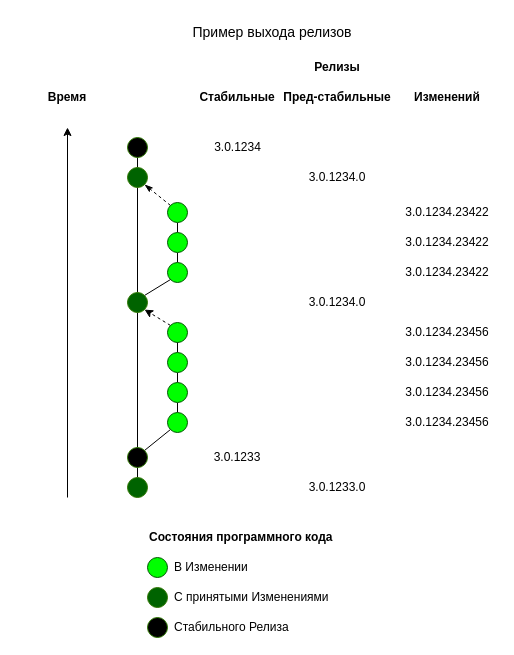
Before: srcx/doc/project/_res/dev-ru.drawio in Pingvin235/bgerp, a draw.io diagram. Source tidied: cells renumbered, new cells numbered last; positions are measured from the earlier drawing's top-left corner, leaving out a move shared by most shapes. Both pictures are drawn from the tidied source at 100%, with x=0, y=0 at pixel (17, 17).
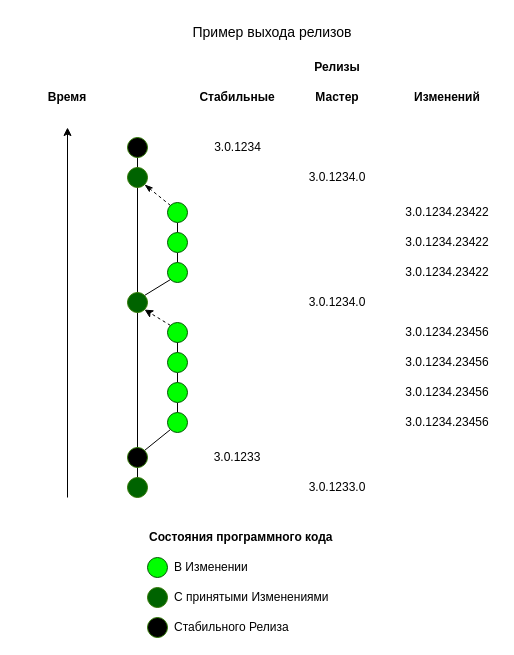
The same page after the edit.

What changed in the source:
```diff
@@
-    <mxCell id="52" value="Пред-стабильные" style="text;html=1;strokeColor=none;fillColor=none;align=center;verticalAlign=middle;whiteSpace=wrap;rounded=0;fontStyle=1;" parent="1" vertex="1">
+    <mxCell id="52" value="Мастер" style="text;html=1;strokeColor=none;fillColor=none;align=center;verticalAlign=middle;whiteSpace=wrap;rounded=0;fontStyle=1;" parent="1" vertex="1">
       <mxGeometry x="265" y="70" width="110" height="20" as="geometry" />
     </mxCell>
```
